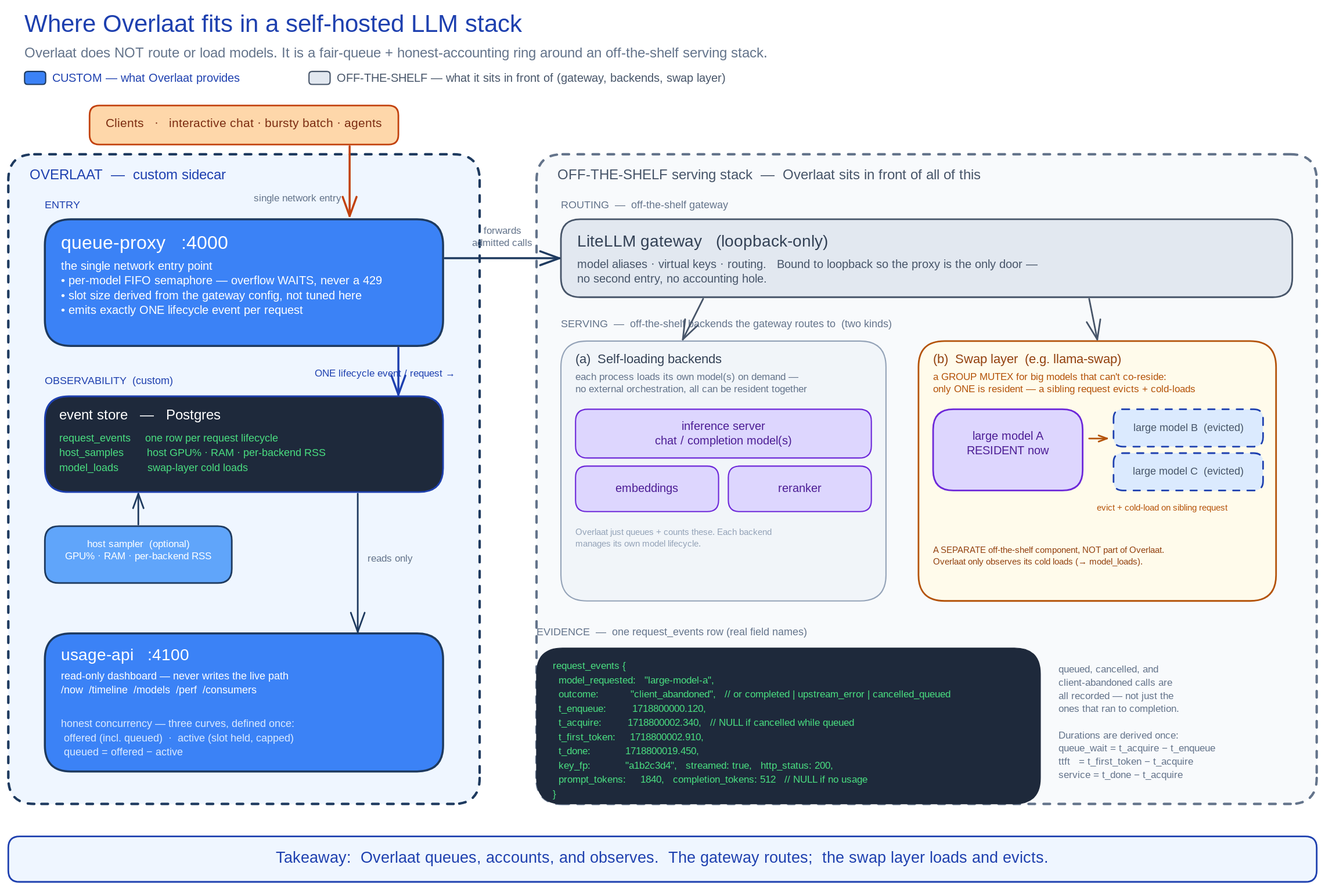
tdamsma/overlaat keeps this Excalidraw diagram as docs/overlaat-llm-stack.excalidraw.svg. Above is the earlier version. Source tidied: one line per element, renumbered; positions are measured from the earlier drawing's top-left corner, leaving out a move shared by most shapes.
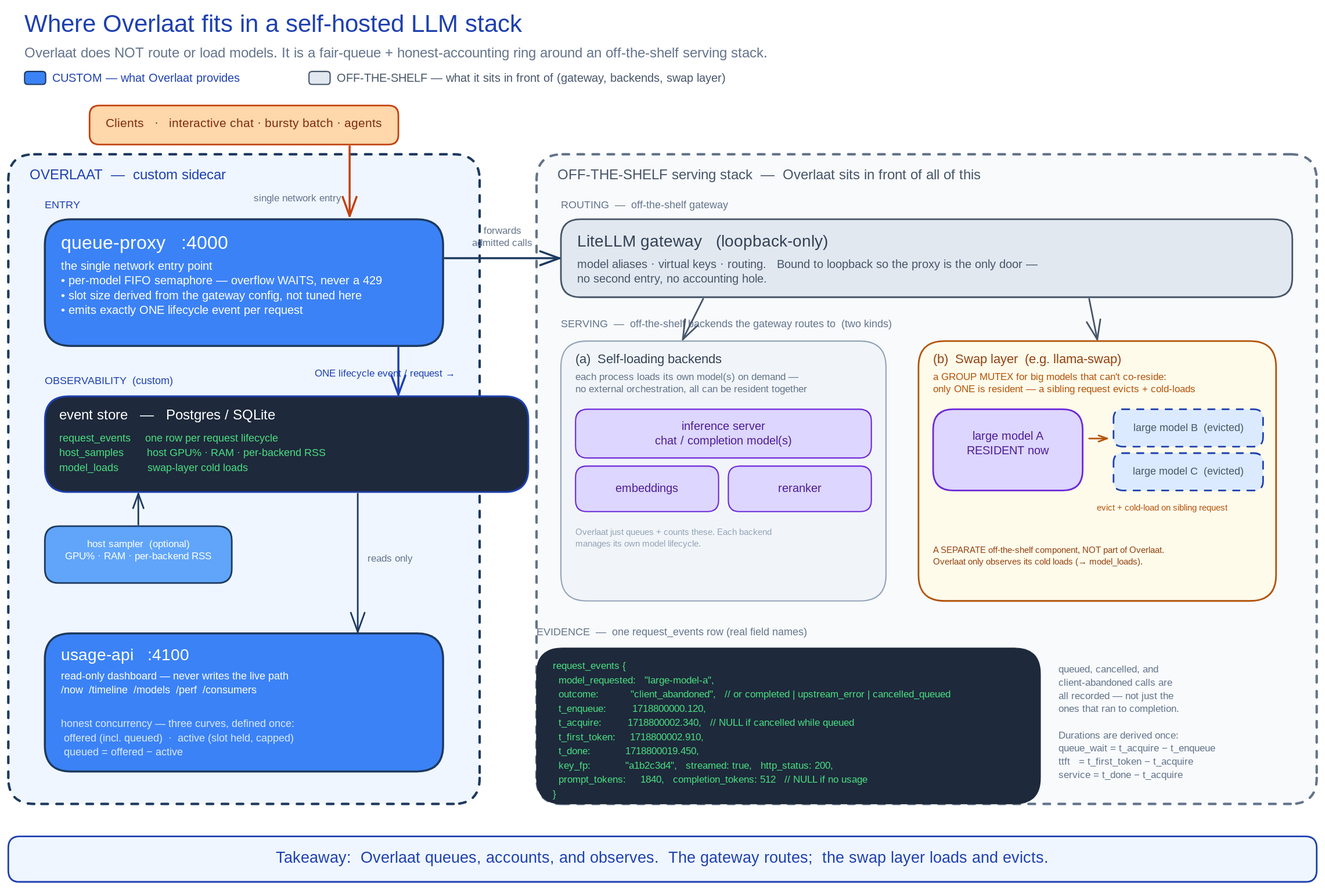
Later version of the same file.

Commit message:
docs: label event store as Postgres / SQLite

Change to the diagram source:
```diff
@@ -48,8 +48,8 @@
 {"id": 47, "type": "text", "text": "A SEPARATE off-the-shelf component, NOT part of Overlaat.\nOverlaat only observes its cold loads (→ model_loads).", "strokeColor": "#92400e", "strokeWidth": 1, "roughness": 0, "fontSize": 11, "fontFamily": 3, "x": 1138, "y": 660, "width": 406, "height": 40}
 {"id": 48, "type": "arrow", "strokeColor": "#475569", "strokeWidth": 2, "roughness": 0, "endArrowhead": "arrow", "from": 19, "to": 36, "x": 1330, "y": 358, "width": 10, "height": 50, "points": [[0, 0], [10, 50]]}
 {"id": 49, "type": "text", "text": "OBSERVABILITY  (custom)", "strokeColor": "#1e40af", "strokeWidth": 1, "roughness": 0, "fontSize": 13, "fontFamily": 3, "x": 45, "y": 450, "width": 300, "height": 18}
-{"id": 50, "type": "rectangle", "strokeColor": "#1e40af", "backgroundColor": "#1e293b", "fillStyle": "solid", "strokeWidth": 2, "roughness": 0, "round": true, "x": 45, "y": 478, "width": 490, "height": 118}
+{"id": 50, "type": "rectangle", "strokeColor": "#1e40af", "backgroundColor": "#1e293b", "fillStyle": "solid", "strokeWidth": 2, "roughness": 0, "round": true, "x": 45, "y": 478, "width": 595, "height": 118}
-{"id": 51, "type": "text", "text": "event store   —   Postgres", "strokeColor": "#ffffff", "strokeWidth": 1, "roughness": 0, "fontSize": 17, "fontFamily": 3, "x": 63, "y": 490, "width": 460, "height": 22}
+{"id": 51, "type": "text", "text": "event store   —   Postgres / SQLite", "strokeColor": "#ffffff", "strokeWidth": 1, "roughness": 0, "fontSize": 17, "fontFamily": 3, "x": 63, "y": 490, "width": 560, "height": 22}
 {"id": 52, "type": "text", "text": "request_events     one row per request lifecycle\nhost_samples        host GPU% · RAM · per-backend RSS\nmodel_loads          swap-layer cold loads", "strokeColor": "#4ade80", "strokeWidth": 1, "roughness": 0, "fontSize": 13, "fontFamily": 3, "x": 63, "y": 520, "width": 460, "height": 66}
 {"id": 53, "type": "rectangle", "strokeColor": "#1e3a5f", "backgroundColor": "#60a5fa", "fillStyle": "solid", "strokeWidth": 2, "roughness": 0, "round": true, "x": 45, "y": 638, "width": 230, "height": 70}
 {"id": 54, "type": "text", "text": "host sampler  (optional)\nGPU% · RAM · per-backend RSS", "strokeColor": "#ffffff", "strokeWidth": 1, "roughness": 0, "fontSize": 12, "fontFamily": 3, "textAlign": "center", "verticalAlign": "middle", "inside": 53, "x": 55, "y": 652, "width": 210, "height": 42}
```
